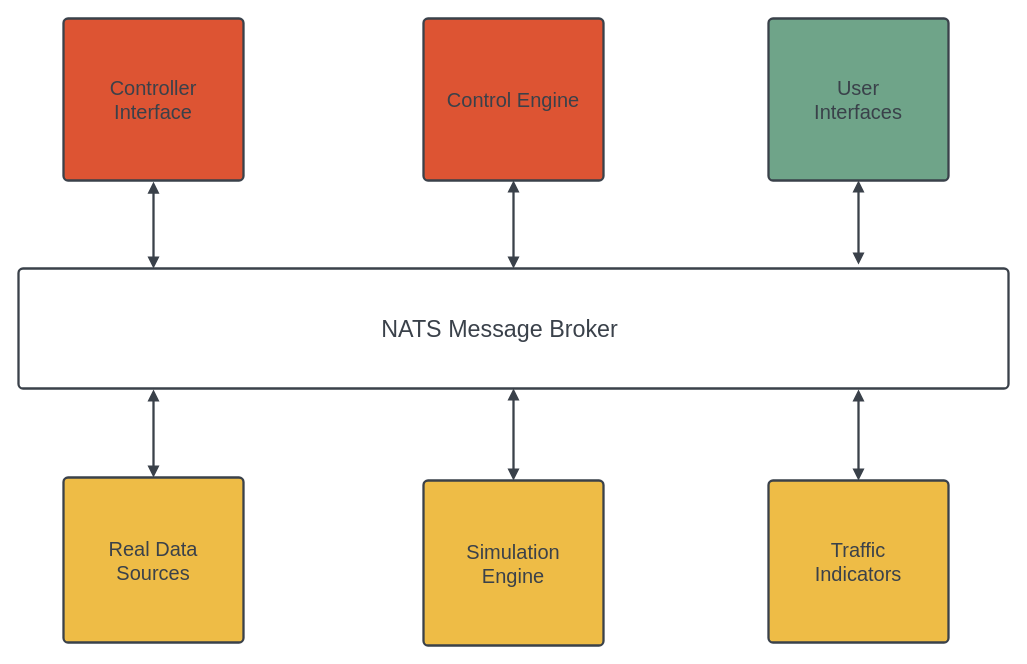
Earlier version of the draw.io diagram page "NATS_messages" (5 of 5) of doc/dia/OC_README_diagrams.drawio (Open-TLC/open_controller). Source tidied: cells renumbered, new cells numbered last; positions are measured from the earlier drawing's top-left corner, leaving out a move shared by most shapes. Both pictures are drawn from the tidied source at 100%, with x=0, y=0 at pixel (18, 18).
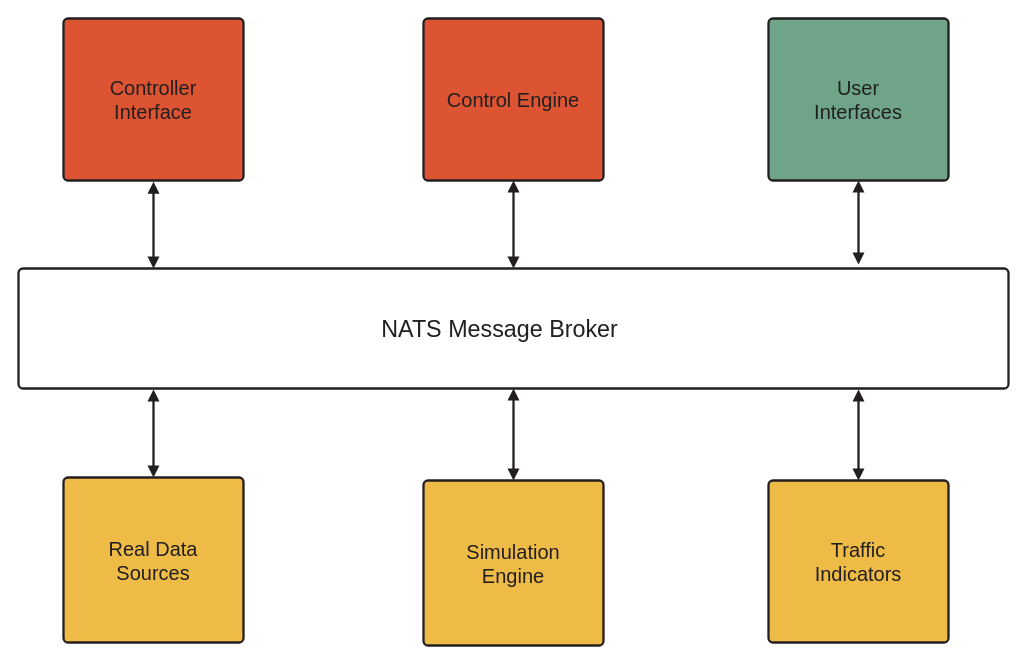
The same diagram, later.

What changed in the source:
```diff
@@
 <mxGraphModel>
   <root>
     <mxCell id="0" />
     <mxCell id="1" parent="0" />
-    <mxCell id="2" style="html=1;overflow=block;blockSpacing=1;whiteSpace=wrap;fontSize=13;spacing=0;strokeColor=#3a414a;strokeOpacity=100;fillOpacity=0;rounded=1;absoluteArcSize=1;arcSize=9;fillColor=#000000;strokeWidth=2.3;lucidId=ynrxhcN13RUW;" parent="1" vertex="1">
+    <mxCell id="2" style="html=1;overflow=block;blockSpacing=1;whiteSpace=wrap;fontSize=13;spacing=0;strokeColor=#231f20;strokeOpacity=100;fillOpacity=0;rounded=1;absoluteArcSize=1;arcSize=9;fillColor=none;strokeWidth=2.3;lucidId=ynrxhcN13RUW;" parent="1" vertex="1">
       <mxGeometry y="250" width="990" height="120" as="geometry" />
     </mxCell>
-    <mxCell id="3" value="Simulation&#10;Engine" style="html=1;overflow=block;blockSpacing=1;whiteSpace=wrap;fontSize=20;fontFamily=poppins;fontColor=#3a414a;spacing=3.8;strokeColor=#3a414a;strokeOpacity=100;fillOpacity=100;rounded=1;absoluteArcSize=1;arcSize=9;fillColor=#eebc46;strokeWidth=2.3;lucidId=ynrx3Lt1~m_w;" parent="1" vertex="1">
+    <mxCell id="3" value="Simulation&#10;Engine" style="html=1;overflow=block;blockSpacing=1;whiteSpace=wrap;fontSize=20;fontFamily=poppins;fontColor=#231f20;spacing=3.8;strokeColor=#231f20;strokeOpacity=100;fillOpacity=100;rounded=1;absoluteArcSize=1;arcSize=9;fillColor=#eebc46;strokeWidth=2.3;lucidId=ynrx3Lt1~m_w;" parent="1" vertex="1">
       <mxGeometry x="405" y="462" width="180" height="165" as="geometry" />
     </mxCell>
-    <mxCell id="4" value="Control Engine" style="html=1;overflow=block;blockSpacing=1;whiteSpace=wrap;fontSize=20;fontFamily=poppins;fontColor=#3a414a;spacing=3.8;strokeColor=#3a414a;strokeOpacity=100;fillOpacity=100;rounded=1;absoluteArcSize=1;arcSize=9;fillColor=#dd5433;strokeWidth=2.3;lucidId=ynrxzEoJFbL_;" parent="1" vertex="1">
+    <mxCell id="4" value="Control Engine" style="html=1;overflow=block;blockSpacing=1;whiteSpace=wrap;fontSize=20;fontFamily=poppins;fontColor=#231f20;spacing=3.8;strokeColor=#231f20;strokeOpacity=100;fillOpacity=100;rounded=1;absoluteArcSize=1;arcSize=9;fillColor=#dd5433;strokeWidth=2.3;lucidId=ynrxzEoJFbL_;" parent="1" vertex="1">
       <mxGeometry x="405" width="180" height="162" as="geometry" />
     </mxCell>
-    <mxCell id="5" style="html=1;jettySize=18;whiteSpace=wrap;fontSize=13;strokeColor=#3a414a;strokeOpacity=100;strokeWidth=2.3;rounded=1;arcSize=12;edgeStyle=orthogonalEdgeStyle;startArrow=block;startFill=1;endArrow=block;endFill=1;exitX=0.5;exitY=0;exitPerimeter=0;entryX=0.5;entryY=1;entryPerimeter=0;lucidId=ynrxxhNL3JcJ;" parent="1" edge="1" source="3" target="2">
+    <mxCell id="5" style="html=1;jettySize=18;whiteSpace=wrap;fontSize=13;strokeColor=#231f20;strokeOpacity=100;strokeWidth=2.3;rounded=1;arcSize=12;edgeStyle=orthogonalEdgeStyle;startArrow=block;startFill=1;endArrow=block;endFill=1;exitX=0.5;exitY=0;exitPerimeter=0;entryX=0.5;entryY=1;entryPerimeter=0;lucidId=ynrxxhNL3JcJ;" parent="1" edge="1" source="3" target="2">
       <mxGeometry relative="1" as="geometry" />
     </mxCell>
-    <mxCell id="6" value="User&#10;Interfaces" style="html=1;overflow=block;blockSpacing=1;whiteSpace=wrap;fontSize=20;fontFamily=poppins;fontColor=#3a414a;spacing=3.8;strokeColor=#3a414a;strokeOpacity=100;fillOpacity=100;rounded=1;absoluteArcSize=1;arcSize=9;fillColor=#6fa489;strokeWidth=2.3;lucidId=ynrxIs4j3gfx;" parent="1" vertex="1">
+    <mxCell id="6" value="User&#10;Interfaces" style="html=1;overflow=block;blockSpacing=1;whiteSpace=wrap;fontSize=20;fontFamily=poppins;fontColor=#231f20;spacing=3.8;strokeColor=#231f20;strokeOpacity=100;fillOpacity=100;rounded=1;absoluteArcSize=1;arcSize=9;fillColor=#6fa489;strokeWidth=2.3;lucidId=ynrxIs4j3gfx;" parent="1" vertex="1">
       <mxGeometry x="750" width="180" height="162" as="geometry" />
     </mxCell>
-    <mxCell id="7" style="html=1;jettySize=18;whiteSpace=wrap;fontSize=13;strokeColor=#3a414a;strokeOpacity=100;strokeWidth=2.3;rounded=1;arcSize=12;startArrow=block;startFill=1;endArrow=block;endFill=1;exitX=0.5;exitY=0;exitPerimeter=0;lucidId=ynrxgVF.eSjT;edgeStyle=elbowEdgeStyle;elbow=vertical;" parent="1" edge="1" source="8">
+    <mxCell id="7" style="html=1;jettySize=18;whiteSpace=wrap;fontSize=13;strokeColor=#231f20;strokeOpacity=100;strokeWidth=2.3;rounded=1;arcSize=12;startArrow=block;startFill=1;endArrow=block;endFill=1;exitX=0.5;exitY=0;exitPerimeter=0;lucidId=ynrxgVF.eSjT;edgeStyle=elbowEdgeStyle;elbow=vertical;" parent="1" edge="1" source="8">
       <mxGeometry relative="1" as="geometry">
         <mxPoint x="840" y="371" as="targetPoint" />
       </mxGeometry>
     </mxCell>
-    <mxCell id="8" value="Traffic&#10;Indicators" style="html=1;overflow=block;blockSpacing=1;whiteSpace=wrap;fontSize=20;fontFamily=poppins;fontColor=#3a414a;spacing=3.8;strokeColor=#3a414a;strokeOpacity=100;fillOpacity=100;rounded=1;absoluteArcSize=1;arcSize=9;fillColor=#eebc46;strokeWidth=2.3;lucidId=ynrxMu_fFgSE;" parent="1" vertex="1">
+    <mxCell id="8" value="Traffic&#10;Indicators" style="html=1;overflow=block;blockSpacing=1;whiteSpace=wrap;fontSize=20;fontFamily=poppins;fontColor=#231f20;spacing=3.8;strokeColor=#231f20;strokeOpacity=100;fillOpacity=100;rounded=1;absoluteArcSize=1;arcSize=9;fillColor=#eebc46;strokeWidth=2.3;lucidId=ynrxMu_fFgSE;" parent="1" vertex="1">
       <mxGeometry x="750" y="462" width="180" height="162" as="geometry" />
     </mxCell>
-    <mxCell id="9" style="html=1;jettySize=18;whiteSpace=wrap;fontSize=13;strokeColor=#3a414a;strokeOpacity=100;strokeWidth=2.3;rounded=1;arcSize=12;edgeStyle=orthogonalEdgeStyle;startArrow=block;startFill=1;endArrow=block;endFill=1;exitX=0.5;exitY=1;exitPerimeter=0;entryX=0.5;entryY=0;entryPerimeter=0;lucidId=ynrxaJRcT34g;" parent="1" edge="1" source="4" target="2">
+    <mxCell id="9" style="html=1;jettySize=18;whiteSpace=wrap;fontSize=13;strokeColor=#231f20;strokeOpacity=100;strokeWidth=2.3;rounded=1;arcSize=12;edgeStyle=orthogonalEdgeStyle;startArrow=block;startFill=1;endArrow=block;endFill=1;exitX=0.5;exitY=1;exitPerimeter=0;entryX=0.5;entryY=0;entryPerimeter=0;lucidId=ynrxaJRcT34g;" parent="1" edge="1" source="4" target="2">
       <mxGeometry relative="1" as="geometry" />
     </mxCell>
-    <mxCell id="10" style="html=1;jettySize=18;whiteSpace=wrap;fontSize=13;strokeColor=#3a414a;strokeOpacity=100;strokeWidth=2.3;rounded=1;arcSize=12;edgeStyle=orthogonalEdgeStyle;startArrow=block;startFill=1;endArrow=block;endFill=1;exitX=0.5;exitY=1;exitPerimeter=0;lucidId=ynrxjjrtVpwp;" parent="1" edge="1" source="6">
+    <mxCell id="10" style="html=1;jettySize=18;whiteSpace=wrap;fontSize=13;strokeColor=#231f20;strokeOpacity=100;strokeWidth=2.3;rounded=1;arcSize=12;edgeStyle=orthogonalEdgeStyle;startArrow=block;startFill=1;endArrow=block;endFill=1;exitX=0.5;exitY=1;exitPerimeter=0;lucidId=ynrxjjrtVpwp;" parent="1" edge="1" source="6">
       <mxGeometry relative="1" as="geometry">
         <mxPoint x="840" y="246" as="targetPoint" />
       </mxGeometry>
     </mxCell>
-    <mxCell id="11" value="NATS Message Broker" style="html=1;overflow=block;blockSpacing=1;whiteSpace=wrap;fontSize=23.3;fontColor=#3a414a;spacing=0;strokeColor=none;strokeOpacity=100;rounded=1;absoluteArcSize=1;arcSize=9;strokeWidth=2.3;fillColor=none;lucidId=ynrxFaPVx95Z;" parent="1" vertex="1">
+    <mxCell id="11" value="NATS Message Broker" style="html=1;overflow=block;blockSpacing=1;whiteSpace=wrap;fontSize=23.3;fontColor=#231f20;spacing=0;strokeColor=none;strokeOpacity=100;rounded=1;absoluteArcSize=1;arcSize=9;strokeWidth=2.3;fillColor=none;lucidId=ynrxFaPVx95Z;" parent="1" vertex="1">
       <mxGeometry x="339" y="292" width="285" height="38" as="geometry" />
     </mxCell>
-    <mxCell id="12" value="Real Data&#10;Sources" style="html=1;overflow=block;blockSpacing=1;whiteSpace=wrap;fontSize=20;fontFamily=poppins;fontColor=#3a414a;spacing=3.8;strokeColor=#3a414a;strokeOpacity=100;fillOpacity=100;rounded=1;absoluteArcSize=1;arcSize=9;fillColor=#eebc46;strokeWidth=2.3;lucidId=Vorxw0zlicIB;" parent="1" vertex="1">
+    <mxCell id="12" value="Real Data&#10;Sources" style="html=1;overflow=block;blockSpacing=1;whiteSpace=wrap;fontSize=20;fontFamily=poppins;fontColor=#231f20;spacing=3.8;strokeColor=#231f20;strokeOpacity=100;fillOpacity=100;rounded=1;absoluteArcSize=1;arcSize=9;fillColor=#eebc46;strokeWidth=2.3;lucidId=Vorxw0zlicIB;" parent="1" vertex="1">
       <mxGeometry x="45" y="459" width="180" height="165" as="geometry" />
     </mxCell>
-    <mxCell id="13" value="Controller&#10;Interface" style="html=1;overflow=block;blockSpacing=1;whiteSpace=wrap;fontSize=20;fontFamily=poppins;fontColor=#3a414a;spacing=3.8;strokeColor=#3a414a;strokeOpacity=100;fillOpacity=100;rounded=1;absoluteArcSize=1;arcSize=9;fillColor=#dd5433;strokeWidth=2.3;lucidId=uqrxjhiY4Bqs;" parent="1" vertex="1">
+    <mxCell id="13" value="Controller&#10;Interface" style="html=1;overflow=block;blockSpacing=1;whiteSpace=wrap;fontSize=20;fontFamily=poppins;fontColor=#231f20;spacing=3.8;strokeColor=#231f20;strokeOpacity=100;fillOpacity=100;rounded=1;absoluteArcSize=1;arcSize=9;fillColor=#dd5433;strokeWidth=2.3;lucidId=uqrxjhiY4Bqs;" parent="1" vertex="1">
       <mxGeometry x="45" width="180" height="162" as="geometry" />
     </mxCell>
-    <mxCell id="14" style="html=1;jettySize=18;whiteSpace=wrap;fontSize=13;strokeColor=#3a414a;strokeOpacity=100;strokeWidth=2.3;rounded=1;arcSize=12;edgeStyle=orthogonalEdgeStyle;startArrow=block;startFill=1;endArrow=block;endFill=1;exitX=0.5;exitY=1.007;exitPerimeter=0;lucidId=uqrxnS-q8aC8;" parent="1" edge="1" source="13">
+    <mxCell id="14" style="html=1;jettySize=18;whiteSpace=wrap;fontSize=13;strokeColor=#231f20;strokeOpacity=100;strokeWidth=2.3;rounded=1;arcSize=12;edgeStyle=orthogonalEdgeStyle;startArrow=block;startFill=1;endArrow=block;endFill=1;exitX=0.5;exitY=1.007;exitPerimeter=0;lucidId=uqrxnS-q8aC8;" parent="1" edge="1" source="13">
       <mxGeometry relative="1" as="geometry">
         <mxPoint x="135" y="250" as="targetPoint" />
       </mxGeometry>
     </mxCell>
-    <mxCell id="15" style="html=1;jettySize=18;whiteSpace=wrap;fontSize=13;strokeColor=#3a414a;strokeOpacity=100;strokeWidth=2.3;rounded=1;arcSize=12;edgeStyle=orthogonalEdgeStyle;startArrow=block;startFill=1;endArrow=block;endFill=1;exitX=0.5;exitY=0;exitPerimeter=0;lucidId=VorxbEC_WFn9;" parent="1" edge="1" source="12">
+    <mxCell id="15" style="html=1;jettySize=18;whiteSpace=wrap;fontSize=13;strokeColor=#231f20;strokeOpacity=100;strokeWidth=2.3;rounded=1;arcSize=12;edgeStyle=orthogonalEdgeStyle;startArrow=block;startFill=1;endArrow=block;endFill=1;exitX=0.5;exitY=0;exitPerimeter=0;lucidId=VorxbEC_WFn9;" parent="1" edge="1" source="12">
       <mxGeometry relative="1" as="geometry">
         <mxPoint x="135" y="371" as="targetPoint" />
       </mxGeometry>
     </mxCell>
   </root>
 </mxGraphModel>
```
